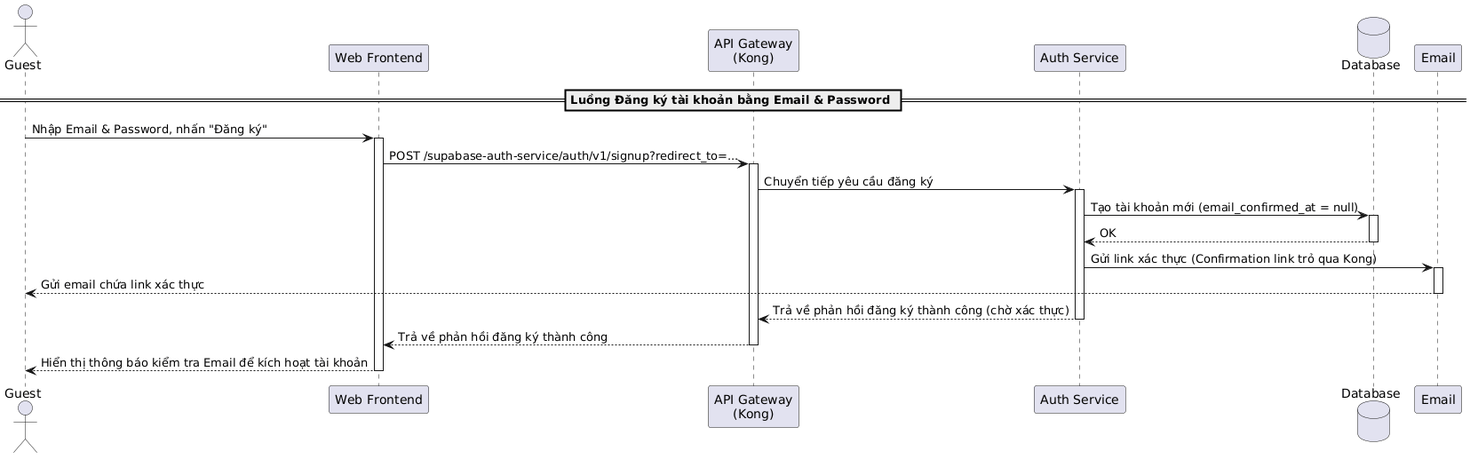
The PlantUML diagram temp/05-sequence/UML-Sequence-04.png in 20206205Tech/docs-uml, before a commit.
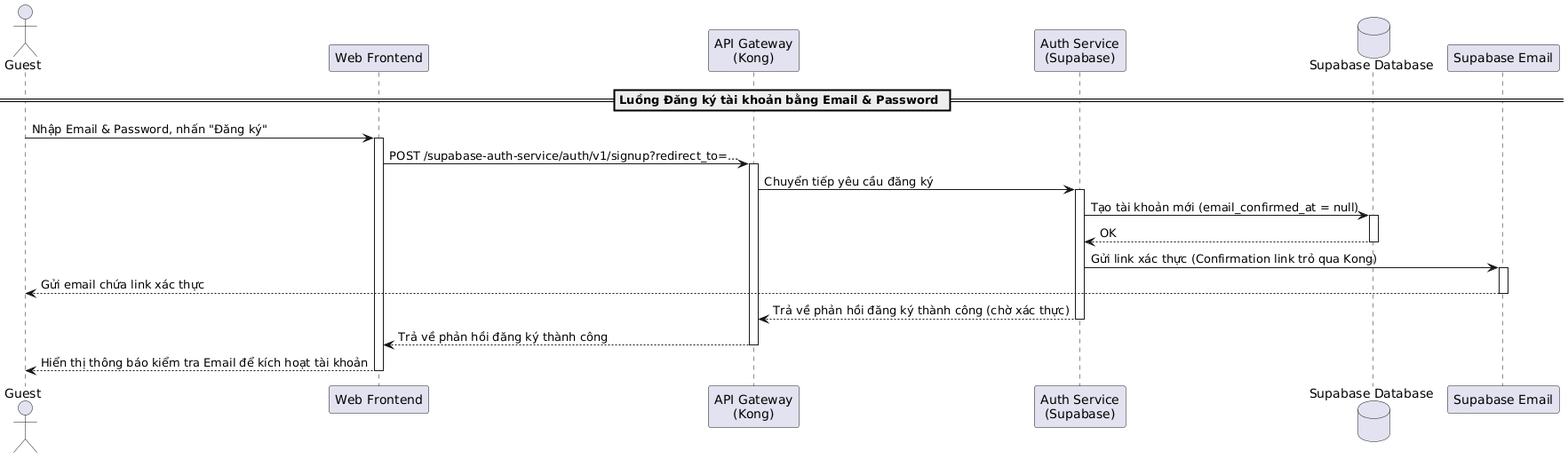
Above is the later version.

Diff of the diagram source:
```diff
@@ -2,9 +2,9 @@
 actor "Guest" as Guest
 participant "Web Frontend" as Frontend
 participant "API Gateway\n(Kong)" as Kong
-participant "Auth Service" as AuthService
-database "Database" as DB
-participant "Email" as Email
+participant "Auth Service\n(Supabase)" as AuthService
+database "Supabase Database" as DB
+participant "Supabase Email" as Email
 
 == Luồng Đăng ký tài khoản bằng Email & Password ==
 Guest -> Frontend: Nhập Email & Password, nhấn "Đăng ký"
```
